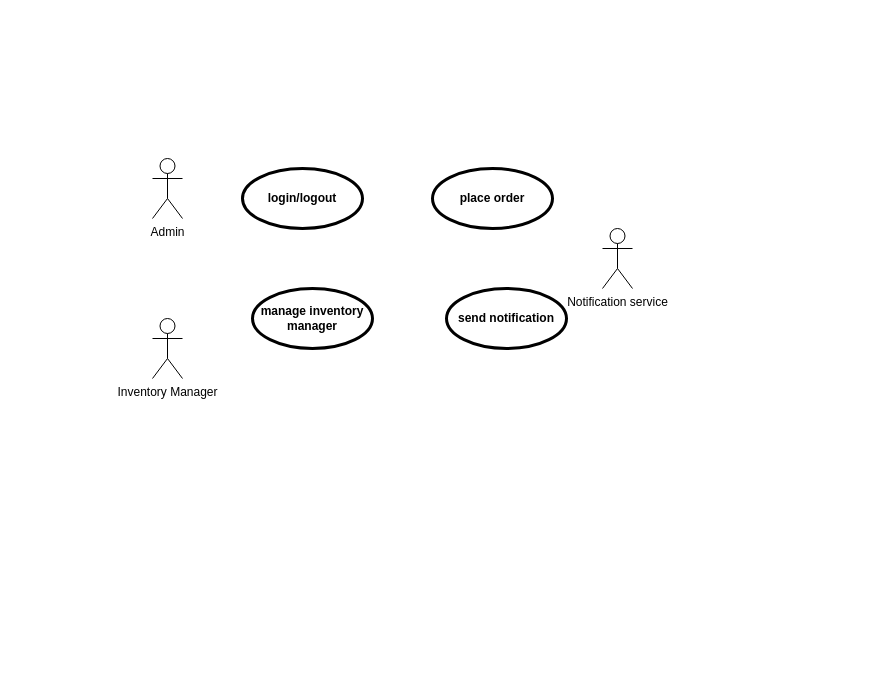
This is Untitled Diagram.drawio from NehaNihar12/PGP-UMLdiagram, a draw.io file, before an edit. Source tidied: cells renumbered, new cells numbered last; positions are measured from the earlier drawing's top-left corner, leaving out a move shared by most shapes. Both pictures are drawn from the tidied source at 100%, with x=0, y=0 at pixel (152, 158).
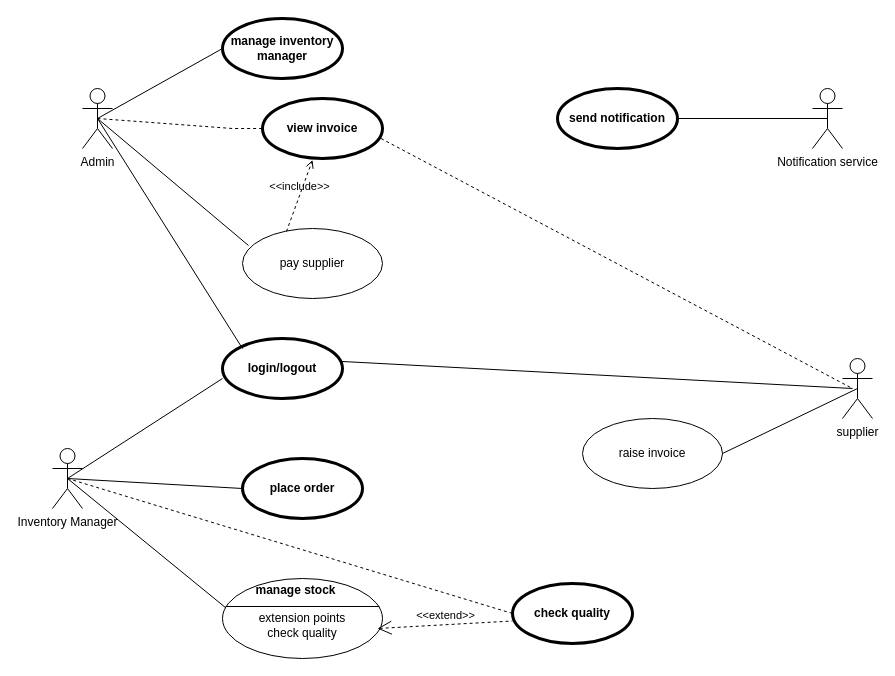
Above is the later version.

Commit message:
include and extend relationship added

The edit, as a diff of the source:
```diff
@@
     <mxCell id="2" value="Admin" style="shape=umlActor;html=1;verticalLabelPosition=bottom;verticalAlign=top;align=center;" parent="1" vertex="1">
-      <mxGeometry width="30" height="60" as="geometry" />
+      <mxGeometry x="-70" y="-70" width="30" height="60" as="geometry" />
     </mxCell>
     <mxCell id="3" value="Inventory Manager" style="shape=umlActor;html=1;verticalLabelPosition=bottom;verticalAlign=top;align=center;" parent="1" vertex="1">
-      <mxGeometry y="160" width="30" height="60" as="geometry" />
+      <mxGeometry x="-100" y="290" width="30" height="60" as="geometry" />
     </mxCell>
     <mxCell id="4" value="Notification service" style="shape=umlActor;html=1;verticalLabelPosition=bottom;verticalAlign=top;align=center;" parent="1" vertex="1">
-      <mxGeometry x="450" y="70" width="30" height="60" as="geometry" />
+      <mxGeometry x="660" y="-70" width="30" height="60" as="geometry" />
     </mxCell>
     <mxCell id="5" value="login/logout" style="shape=ellipse;html=1;strokeWidth=3;fontStyle=1;whiteSpace=wrap;align=center;perimeter=ellipsePerimeter;" parent="1" vertex="1">
-      <mxGeometry x="90" y="10" width="120" height="60" as="geometry" />
+      <mxGeometry x="70" y="180" width="120" height="60" as="geometry" />
     </mxCell>
     <mxCell id="6" value="manage inventory manager" style="shape=ellipse;html=1;strokeWidth=3;fontStyle=1;whiteSpace=wrap;align=center;perimeter=ellipsePerimeter;" parent="1" vertex="1">
-      <mxGeometry x="100" y="130" width="120" height="60" as="geometry" />
+      <mxGeometry x="70" y="-140" width="120" height="60" as="geometry" />
     </mxCell>
     <mxCell id="7" value="place order" style="shape=ellipse;html=1;strokeWidth=3;fontStyle=1;whiteSpace=wrap;align=center;perimeter=ellipsePerimeter;" parent="1" vertex="1">
-      <mxGeometry x="280" y="10" width="120" height="60" as="geometry" />
+      <mxGeometry x="90" y="300" width="120" height="60" as="geometry" />
     </mxCell>
     <mxCell id="8" value="send notification" style="shape=ellipse;html=1;strokeWidth=3;fontStyle=1;whiteSpace=wrap;align=center;perimeter=ellipsePerimeter;" parent="1" vertex="1">
-      <mxGeometry x="294" y="130" width="120" height="60" as="geometry" />
+      <mxGeometry x="405" y="-70" width="120" height="60" as="geometry" />
     </mxCell>
+    <mxCell id="9" style="endArrow=none;html=1;rounded=0;exitX=0.5;exitY=0.5;exitDx=0;exitDy=0;exitPerimeter=0;entryX=0;entryY=0.5;entryDx=0;entryDy=0;" parent="1" edge="1" source="2" target="6">
+      <mxGeometry relative="1" as="geometry" />
+    </mxCell>
+    <mxCell id="10" style="endArrow=none;html=1;rounded=0;entryX=0.5;entryY=0.5;entryDx=0;entryDy=0;entryPerimeter=0;" parent="1" edge="1" target="2">
+      <mxGeometry relative="1" as="geometry">
+        <mxPoint x="90" y="190" as="sourcePoint" />
+      </mxGeometry>
+    </mxCell>
+    <mxCell id="11" style="endArrow=none;html=1;rounded=0;entryX=0;entryY=0.667;entryDx=0;entryDy=0;entryPerimeter=0;exitX=0.5;exitY=0.5;exitDx=0;exitDy=0;exitPerimeter=0;" parent="1" edge="1" source="3" target="5">
+      <mxGeometry relative="1" as="geometry" />
+    </mxCell>
+    <mxCell id="12" style="endArrow=none;html=1;rounded=0;exitX=0.5;exitY=0.5;exitDx=0;exitDy=0;exitPerimeter=0;entryX=1;entryY=0.5;entryDx=0;entryDy=0;" parent="1" edge="1" source="4" target="8">
+      <mxGeometry relative="1" as="geometry" />
+    </mxCell>
+    <mxCell id="13" value="supplier" style="shape=umlActor;verticalLabelPosition=bottom;verticalAlign=top;html=1;outlineConnect=0;" parent="1" vertex="1">
+      <mxGeometry x="690" y="200" width="30" height="60" as="geometry" />
+    </mxCell>
+    <mxCell id="14" style="endArrow=none;html=1;rounded=0;exitX=0.5;exitY=0.5;exitDx=0;exitDy=0;exitPerimeter=0;entryX=0.043;entryY=0.243;entryDx=0;entryDy=0;entryPerimeter=0;" parent="1" edge="1" source="2" target="15">
+      <mxGeometry relative="1" as="geometry" />
+    </mxCell>
+    <mxCell id="15" value="pay supplier" style="ellipse;whiteSpace=wrap;html=1;" parent="1" vertex="1">
+      <mxGeometry x="90" y="70" width="140" height="70" as="geometry" />
+    </mxCell>
+    <mxCell id="16" value="raise invoice" style="ellipse;whiteSpace=wrap;html=1;" parent="1" vertex="1">
+      <mxGeometry x="430" y="260" width="140" height="70" as="geometry" />
+    </mxCell>
+    <mxCell id="17" style="endArrow=none;html=1;rounded=0;exitX=1;exitY=0.5;exitDx=0;exitDy=0;entryX=0.5;entryY=0.5;entryDx=0;entryDy=0;entryPerimeter=0;" parent="1" edge="1" source="16" target="13">
+      <mxGeometry relative="1" as="geometry" />
+    </mxCell>
+    <mxCell id="18" style="endArrow=none;html=1;rounded=0;exitX=0.996;exitY=0.383;exitDx=0;exitDy=0;exitPerimeter=0;" parent="1" edge="1" source="5">
+      <mxGeometry relative="1" as="geometry">
+        <mxPoint x="700" y="230" as="targetPoint" />
+      </mxGeometry>
+    </mxCell>
+    <mxCell id="19" style="endArrow=none;html=1;rounded=0;exitX=0.5;exitY=0.5;exitDx=0;exitDy=0;exitPerimeter=0;entryX=0.022;entryY=0.369;entryDx=0;entryDy=0;entryPerimeter=0;" parent="1" edge="1" source="3" target="24">
+      <mxGeometry relative="1" as="geometry" />
+    </mxCell>
+    <mxCell id="20" value="view invoice" style="shape=ellipse;html=1;strokeWidth=3;fontStyle=1;whiteSpace=wrap;align=center;perimeter=ellipsePerimeter;" parent="1" vertex="1">
+      <mxGeometry x="110" y="-60" width="120" height="60" as="geometry" />
+    </mxCell>
+    <mxCell id="21" value="&amp;lt;&amp;lt;include&amp;gt;&amp;gt;" style="edgeStyle=none;html=1;endArrow=open;verticalAlign=bottom;dashed=1;labelBackgroundColor=none;rounded=0;entryX=0.417;entryY=1.025;entryDx=0;entryDy=0;exitX=0.314;exitY=0.043;exitDx=0;exitDy=0;exitPerimeter=0;entryPerimeter=0;" parent="1" edge="1" source="15" target="20">
+      <mxGeometry relative="1" as="geometry" />
+    </mxCell>
+    <mxCell id="22" style="endArrow=none;dashed=1;html=1;rounded=0;exitX=0.5;exitY=0.5;exitDx=0;exitDy=0;exitPerimeter=0;entryX=0;entryY=0.5;entryDx=0;entryDy=0;" parent="1" edge="1" source="2" target="20">
+      <mxGeometry relative="1" as="geometry">
+        <Array as="points">
+          <mxPoint x="80" y="-30" />
+        </Array>
+      </mxGeometry>
+    </mxCell>
+    <mxCell id="23" style="endArrow=none;dashed=1;html=1;rounded=0;exitX=0.988;exitY=0.667;exitDx=0;exitDy=0;exitPerimeter=0;" parent="1" edge="1" source="20">
+      <mxGeometry relative="1" as="geometry">
+        <mxPoint x="700" y="230" as="targetPoint" />
+      </mxGeometry>
+    </mxCell>
+    <mxCell id="24" value="&lt;br&gt;extension points&lt;br&gt;check quality" style="html=1;shape=mxgraph.sysml.useCaseExtPt;whiteSpace=wrap;align=center;" parent="1" vertex="1">
+      <mxGeometry x="70" y="420" width="160" height="80" as="geometry" />
+    </mxCell>
+    <mxCell id="25" value="manage stock" style="html=1;verticalAlign=middle;align=center;labelBackgroundColor=none;fontStyle=1;" parent="24" vertex="1">
+      <mxGeometry x="80" y="17" as="geometry">
+        <mxPoint x="-8" y="-6" as="offset" />
+      </mxGeometry>
+    </mxCell>
+    <mxCell id="26" style="endArrow=none;dashed=1;html=1;rounded=0;entryX=0;entryY=0.5;entryDx=0;entryDy=0;exitX=0.5;exitY=0.5;exitDx=0;exitDy=0;exitPerimeter=0;" parent="1" edge="1" source="3" target="27">
+      <mxGeometry relative="1" as="geometry" />
+    </mxCell>
+    <mxCell id="27" value="check quality" style="shape=ellipse;html=1;strokeWidth=3;fontStyle=1;whiteSpace=wrap;align=center;perimeter=ellipsePerimeter;" parent="1" vertex="1">
+      <mxGeometry x="360" y="425" width="120" height="60" as="geometry" />
+    </mxCell>
+    <mxCell id="28" value="&amp;lt;&amp;lt;extend&amp;gt;&amp;gt;" style="edgeStyle=none;html=1;startArrow=open;endArrow=none;startSize=12;verticalAlign=bottom;dashed=1;labelBackgroundColor=none;rounded=0;entryX=0;entryY=0.625;entryDx=0;entryDy=0;entryPerimeter=0;" parent="1" edge="1" target="27">
+      <mxGeometry relative="1" as="geometry">
+        <mxPoint x="225" y="470" as="sourcePoint" />
+      </mxGeometry>
+    </mxCell>
+    <mxCell id="29" style="endArrow=none;html=1;rounded=0;" parent="1" edge="1">
+      <mxGeometry relative="1" as="geometry">
+        <mxPoint x="-85" y="320" as="sourcePoint" />
+        <mxPoint x="90" y="330" as="targetPoint" />
+      </mxGeometry>
+    </mxCell>
```
